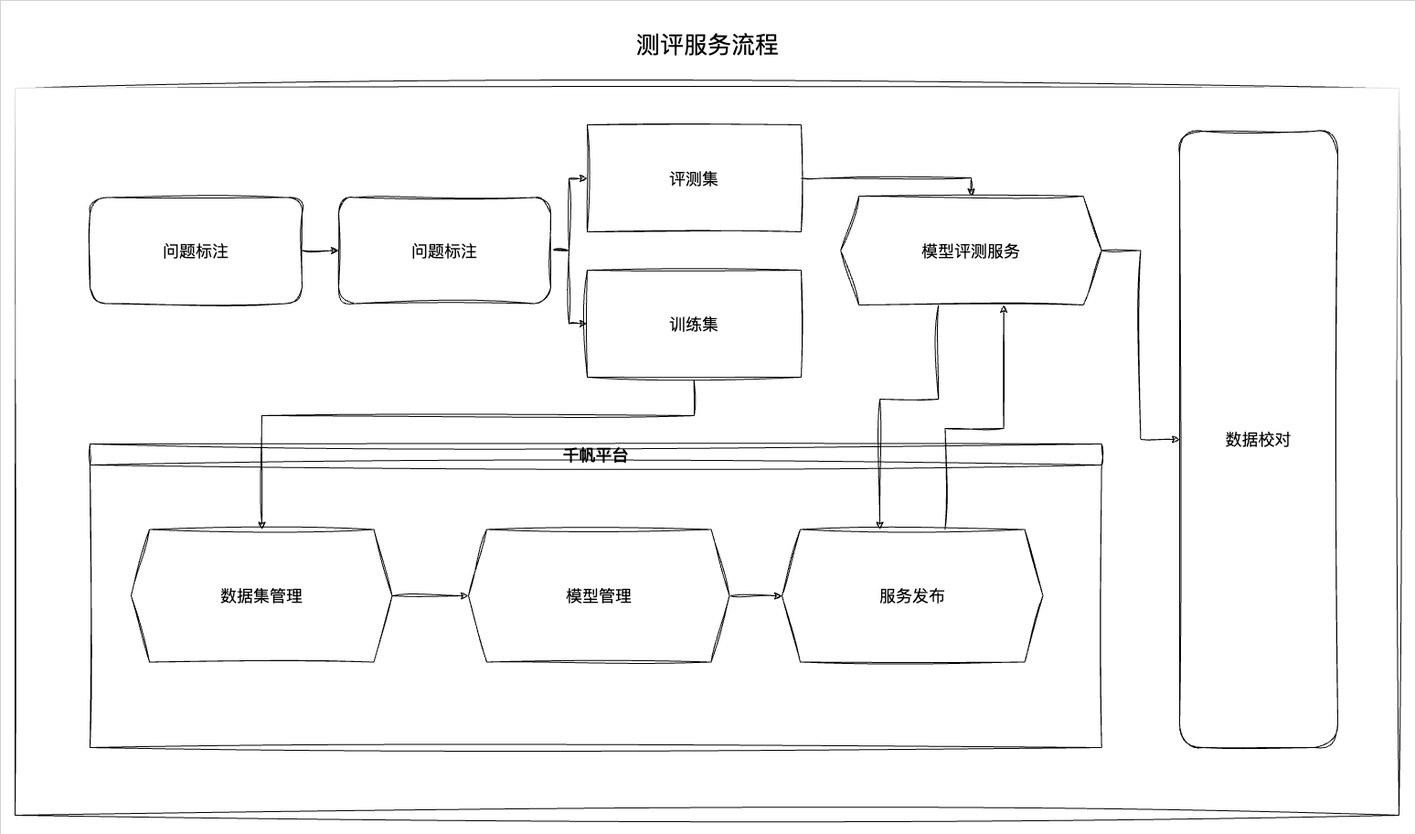
The draw.io diagram chatbi/评测服务流程.drawio.png in cavaljames/work-diagrams, before a commit. Source tidied: cells renumbered, new cells last; positions are measured from the earlier drawing's top-left corner, leaving out a move shared by most shapes.
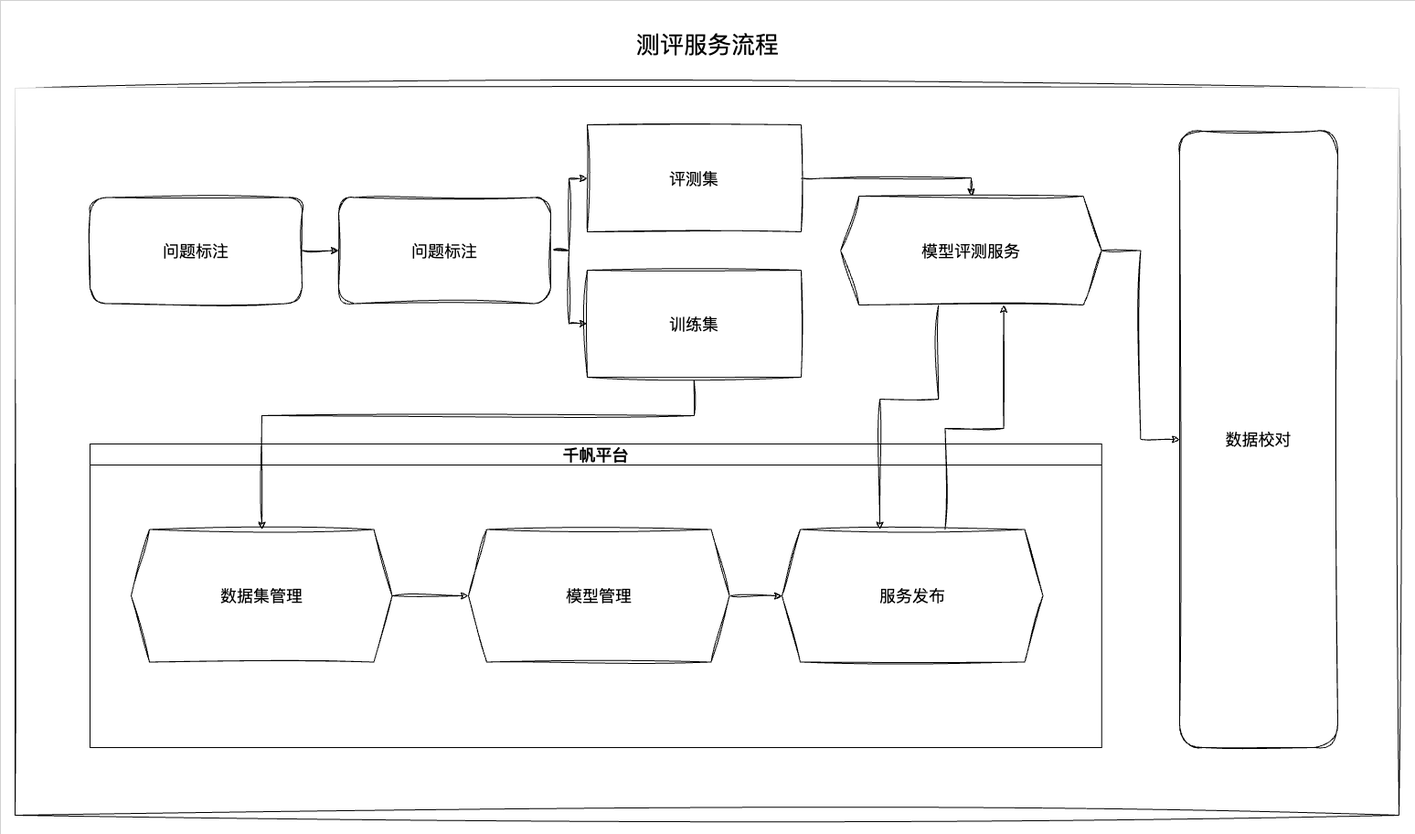
Above is the later version.

Commit message:
更新评测服务流程.drawio.png

Diff of the diagram source:
```diff
@@ -23,7 +23,7 @@
     <mxCell id="8" value="&lt;font style=&quot;font-size: 18px;&quot;&gt;数据校对&lt;/font&gt;" style="rounded=1;whiteSpace=wrap;html=1;labelBackgroundColor=none;sketch=1;curveFitting=1;jiggle=2;" parent="1" vertex="1">
       <mxGeometry x="1290" y="143" width="173.1" height="674" as="geometry" />
     </mxCell>
-    <mxCell id="9" value="&lt;font style=&quot;font-size: 18px;&quot;&gt;千帆平台&lt;/font&gt;" style="swimlane;whiteSpace=wrap;html=1;labelBackgroundColor=none;sketch=1;curveFitting=1;jiggle=2;" parent="1" vertex="1">
+    <mxCell id="9" value="&lt;font style=&quot;font-size: 18px;&quot;&gt;千帆平台&lt;/font&gt;" style="swimlane;whiteSpace=wrap;html=1;labelBackgroundColor=none;" parent="1" vertex="1">
       <mxGeometry x="98" y="485" width="1106.7" height="332" as="geometry" />
     </mxCell>
     <mxCell id="10" value="&lt;font style=&quot;font-size: 18px;&quot;&gt;数据集管理&lt;/font&gt;" style="shape=hexagon;perimeter=hexagonPerimeter2;whiteSpace=wrap;html=1;fixedSize=1;labelBackgroundColor=none;sketch=1;curveFitting=1;jiggle=2;" parent="9" vertex="1">
```
